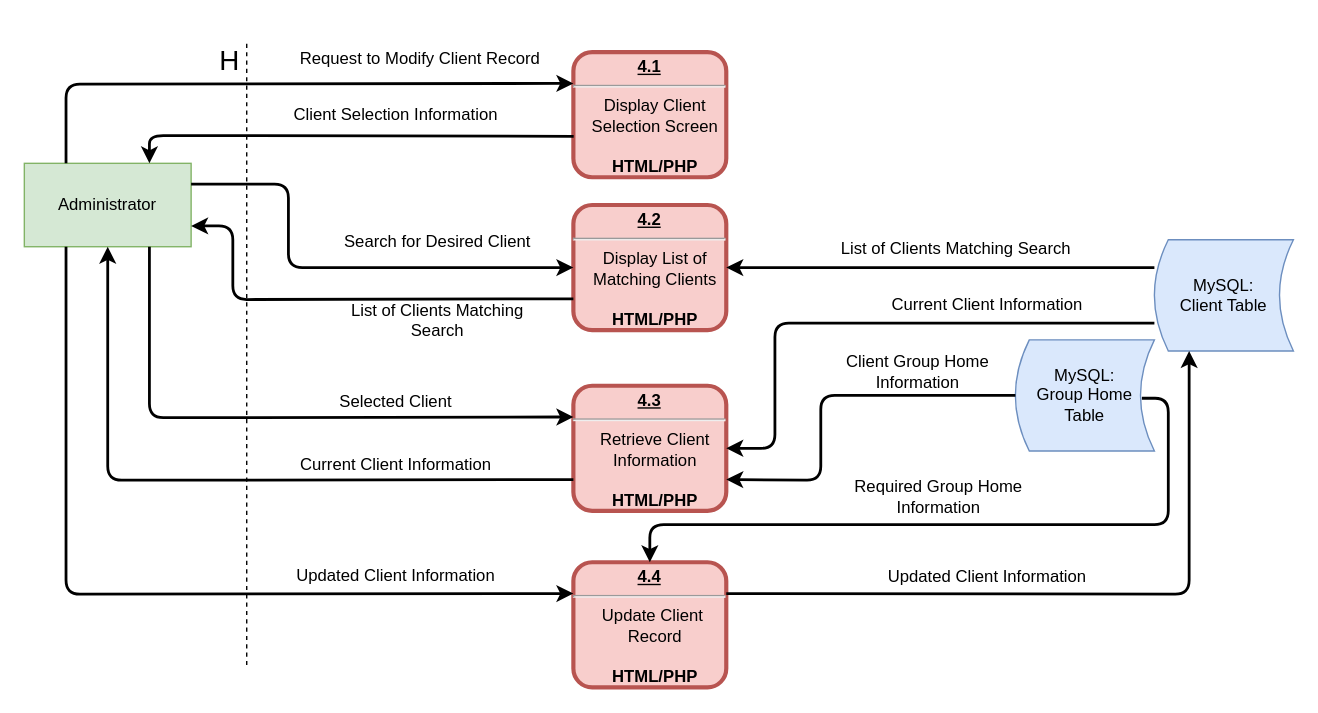
Before: page "4: Update Client" (5 of 20) of Diagrams/DFD/Level 1 DFDs.drawio in Harlento/SchedulingSystem, a draw.io diagram. Source tidied: cells renumbered, new cells numbered last; positions are measured from the earlier drawing's top-left corner, leaving out a move shared by most shapes. Both pictures are drawn from the tidied source at 139%, with x=0, y=0 at pixel (24, 24).
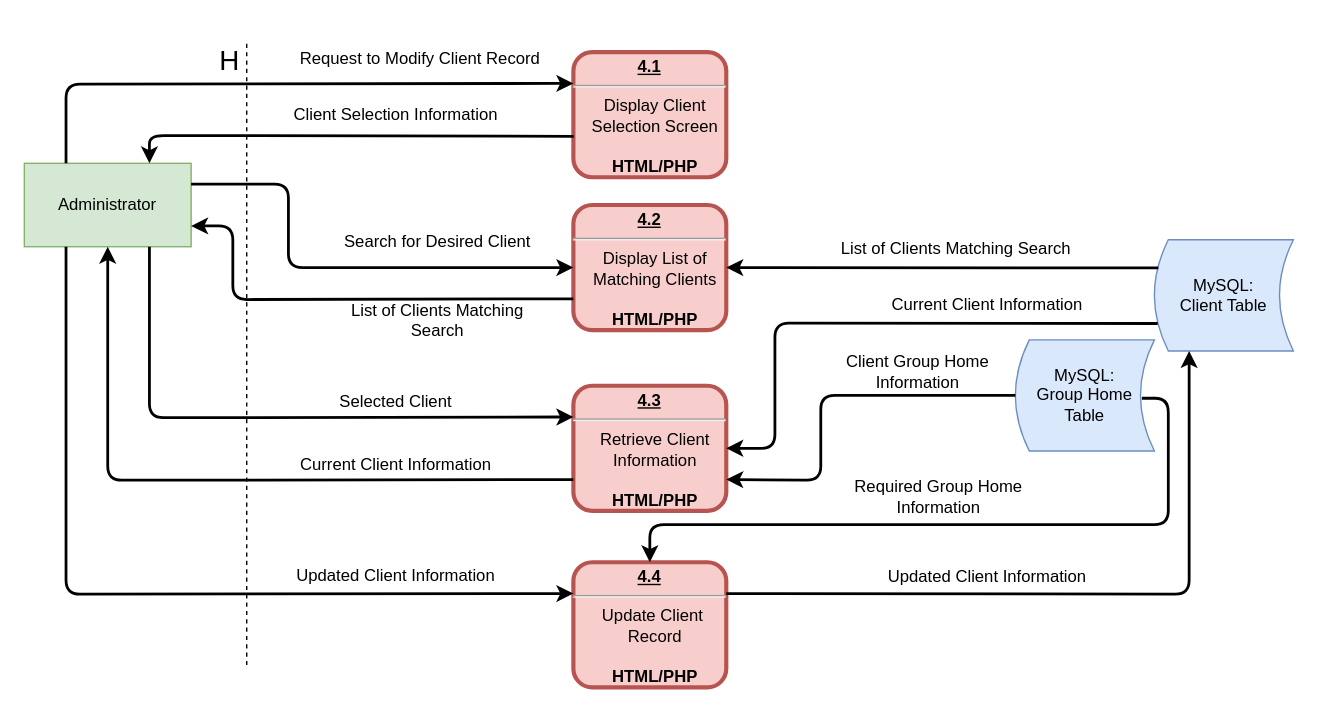
Above is the later version.

The change refers to these unchanged cells:
```xml
<mxCell id="2" value="MySQL:&lt;br&gt;Client Table" style="shape=dataStorage;whiteSpace=wrap;html=1;fillColor=#dae8fc;strokeColor=#6c8ebf;" parent="1" vertex="1">
  <mxGeometry x="813" y="155" width="100" height="80" as="geometry" />
</mxCell>
<mxCell id="4" value="&lt;p style=&quot;margin: 0px ; margin-top: 4px ; text-align: center ; text-decoration: underline&quot;&gt;4.2&lt;/p&gt;&lt;hr&gt;&lt;p style=&quot;margin: 0px ; margin-left: 8px&quot;&gt;&lt;span style=&quot;font-weight: 400 ; white-space: normal&quot;&gt;Display List of Matching Clients&lt;/span&gt;&lt;/p&gt;&lt;p style=&quot;margin: 0px ; margin-left: 8px&quot;&gt;&lt;span style=&quot;font-weight: 400 ; white-space: normal&quot;&gt;&lt;br&gt;&lt;/span&gt;&lt;/p&gt;&lt;p style=&quot;margin: 0px ; margin-left: 8px&quot;&gt;&lt;span style=&quot;white-space: normal&quot;&gt;HTML/PHP&lt;/span&gt;&lt;span style=&quot;font-weight: 400 ; white-space: normal&quot;&gt;&lt;br&gt;&lt;/span&gt;&lt;/p&gt;" style="verticalAlign=middle;align=center;overflow=fill;fontSize=12;fontFamily=Helvetica;html=1;rounded=1;fontStyle=1;strokeWidth=3;fillColor=#f8cecc;strokeColor=#b85450;" parent="1" vertex="1">
  <mxGeometry x="395" y="130" width="110" height="90" as="geometry" />
</mxCell>
<mxCell id="18" value="&lt;p style=&quot;margin: 0px ; margin-top: 4px ; text-align: center ; text-decoration: underline&quot;&gt;4.3&lt;/p&gt;&lt;hr&gt;&lt;p style=&quot;margin: 0px 0px 0px 8px&quot;&gt;&lt;span style=&quot;font-weight: 400 ; white-space: normal&quot;&gt;Retrieve Client Information&lt;/span&gt;&lt;/p&gt;&lt;p style=&quot;margin: 0px 0px 0px 8px&quot;&gt;&lt;span style=&quot;font-weight: 400 ; white-space: normal&quot;&gt;&lt;br&gt;&lt;/span&gt;&lt;/p&gt;&lt;p style=&quot;margin: 0px 0px 0px 8px&quot;&gt;&lt;span style=&quot;white-space: normal&quot;&gt;HTML/PHP&lt;/span&gt;&lt;span style=&quot;font-weight: 400 ; white-space: normal&quot;&gt;&lt;br&gt;&lt;/span&gt;&lt;/p&gt;" style="verticalAlign=middle;align=center;overflow=fill;fontSize=12;fontFamily=Helvetica;html=1;rounded=1;fontStyle=1;strokeWidth=3;fillColor=#f8cecc;strokeColor=#b85450;" parent="1" vertex="1">
  <mxGeometry x="395" y="260" width="110" height="90" as="geometry" />
</mxCell>
```

What changed in the source:
```diff
@@
-    <mxCell id="5" style="endArrow=classic;html=1;strokeWidth=2;entryX=1;entryY=0.5;entryDx=0;entryDy=0;exitX=0;exitY=0.25;exitDx=0;exitDy=0;" parent="1" edge="1" source="2" target="4">
+    <mxCell id="5" style="endArrow=classic;html=1;strokeWidth=2;entryX=1;entryY=0.5;entryDx=0;entryDy=0;exitX=0.028;exitY=0.253;exitDx=0;exitDy=0;exitPerimeter=0;" parent="1" edge="1" source="2" target="4">
       <mxGeometry relative="1" as="geometry" />
     </mxCell>
@@
-    <mxCell id="19" style="endArrow=classic;html=1;strokeWidth=2;entryX=1;entryY=0.5;entryDx=0;entryDy=0;exitX=0;exitY=0.75;exitDx=0;exitDy=0;" parent="1" edge="1" source="2" target="18">
+    <mxCell id="19" style="endArrow=classic;html=1;strokeWidth=2;entryX=1;entryY=0.5;entryDx=0;entryDy=0;exitX=0.024;exitY=0.753;exitDx=0;exitDy=0;exitPerimeter=0;" parent="1" edge="1" source="2" target="18">
       <mxGeometry relative="1" as="geometry">
         <Array as="points">
           <mxPoint x="540" y="215" />
           <mxPoint x="540" y="305" />
         </Array>
       </mxGeometry>
     </mxCell>
```
